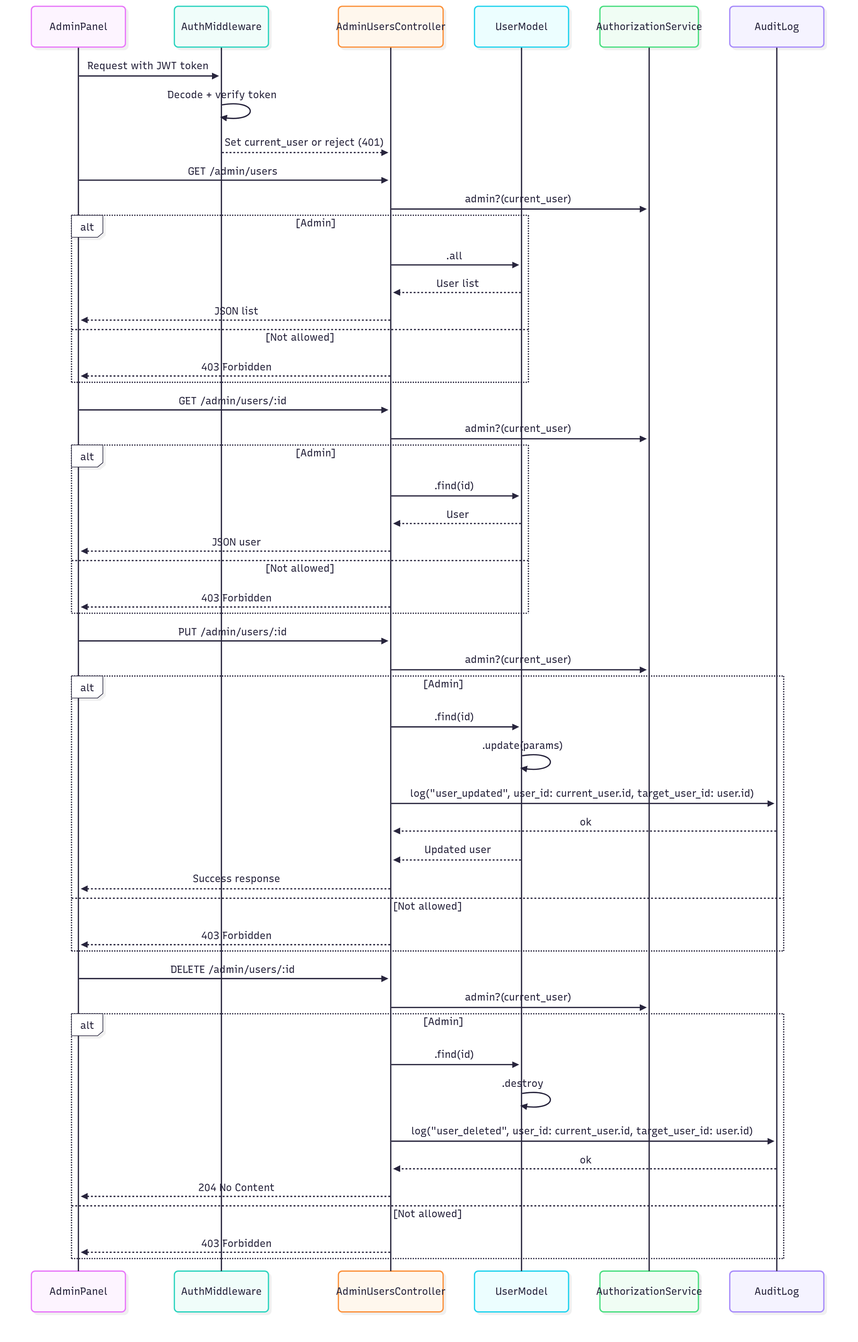
Earlier version of the Mermaid export diagrams/admins/users.png (Video-API-architecture/architecture-proposal). Its source is kept beside it as diagrams/admins/users.mermaid. Its diagram source:
```mermaid
sequenceDiagram
    participant AdminPanel
    participant AuthMiddleware
    participant AdminUsersController
    participant UserModel
    participant AuthorizationService
    participant AuditLog

    AdminPanel->>AuthMiddleware: Request with JWT token
    AuthMiddleware->>AuthMiddleware: Decode + verify token
    AuthMiddleware-->>AdminUsersController: Set current_user or reject (401)

    AdminPanel->>AdminUsersController: GET /admin/users
    AdminUsersController->>AuthorizationService: admin?(current_user)
    alt Admin
        AdminUsersController->>UserModel: .all
        UserModel-->>AdminUsersController: User list
        AdminUsersController-->>AdminPanel: JSON list
    else Not allowed
        AdminUsersController-->>AdminPanel: 403 Forbidden
    end

    AdminPanel->>AdminUsersController: GET /admin/users/:id
    AdminUsersController->>AuthorizationService: admin?(current_user)
    alt Admin
        AdminUsersController->>UserModel: .find(id)
        UserModel-->>AdminUsersController: User
        AdminUsersController-->>AdminPanel: JSON user
    else Not allowed
        AdminUsersController-->>AdminPanel: 403 Forbidden
    end

    AdminPanel->>AdminUsersController: PUT /admin/users/:id
    AdminUsersController->>AuthorizationService: admin?(current_user)
    alt Admin
        AdminUsersController->>UserModel: .find(id)
        UserModel->>UserModel: .update(params)
        AdminUsersController->>AuditLog: log("user_updated", user_id: current_user.id, target_user_id: user.id)
        AuditLog-->>AdminUsersController: ok
        UserModel-->>AdminUsersController: Updated user
        AdminUsersController-->>AdminPanel: Success response
    else Not allowed
        AdminUsersController-->>AdminPanel: 403 Forbidden
    end

    AdminPanel->>AdminUsersController: DELETE /admin/users/:id
    AdminUsersController->>AuthorizationService: admin?(current_user)
    alt Admin
        AdminUsersController->>UserModel: .find(id)
        UserModel->>UserModel: .destroy
        AdminUsersController->>AuditLog: log("user_deleted", user_id: current_user.id, target_user_id: user.id)
        AuditLog-->>AdminUsersController: ok
        AdminUsersController-->>AdminPanel: 204 No Content
    else Not allowed
        AdminUsersController-->>AdminPanel: 403 Forbidden
    end
```
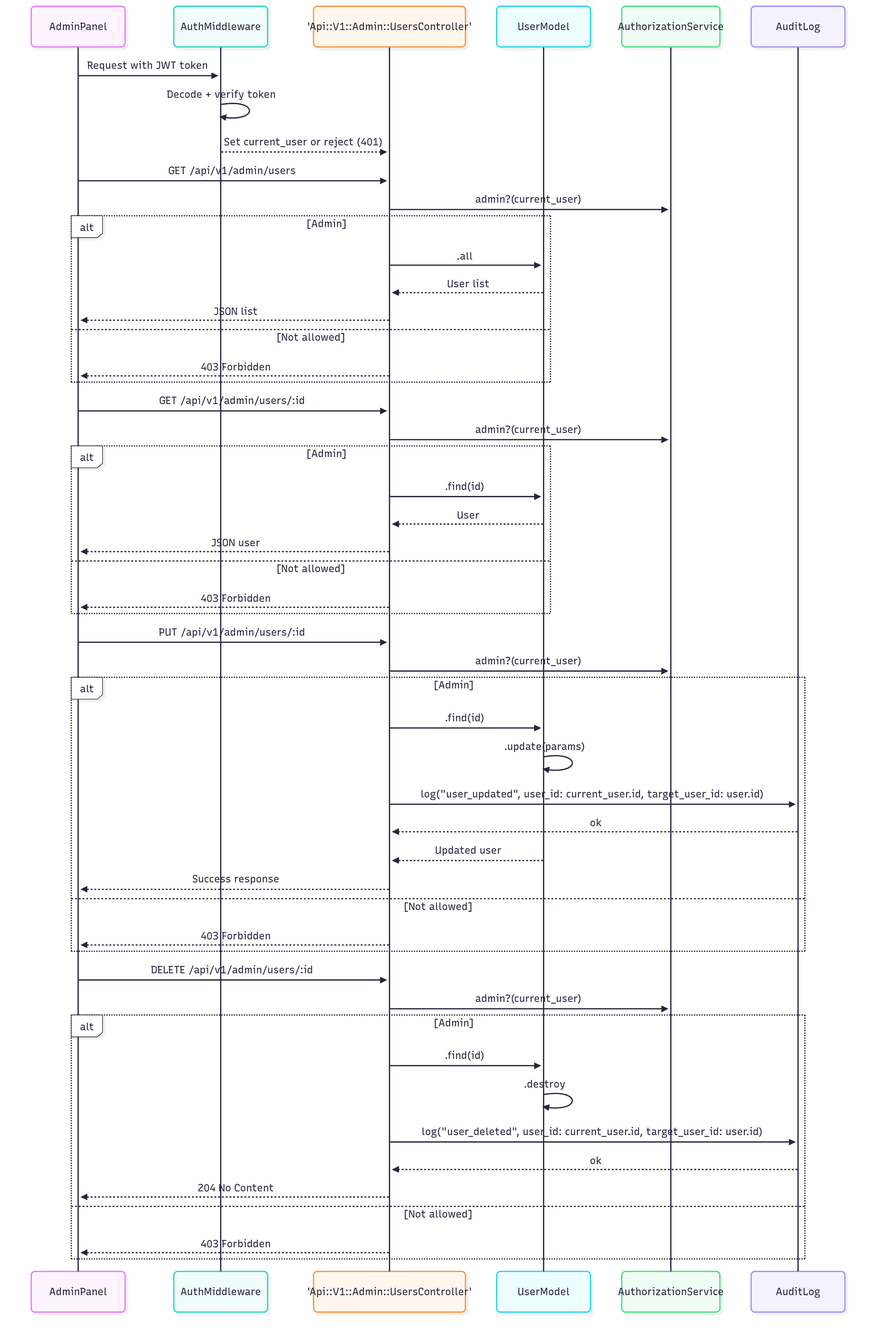
After the commit.

Diff of the diagram source:
```diff
@@ -1,7 +1,7 @@
 sequenceDiagram
     participant AdminPanel
     participant AuthMiddleware
-    participant AdminUsersController
+    participant AdminUsersController as 'Api::V1::Admin::UsersController'
     participant UserModel
     participant AuthorizationService
     participant AuditLog
@@ -10,7 +10,7 @@
     AuthMiddleware->>AuthMiddleware: Decode + verify token
     AuthMiddleware-->>AdminUsersController: Set current_user or reject (401)
 
-    AdminPanel->>AdminUsersController: GET /admin/users
+    AdminPanel->>AdminUsersController: GET /api/v1/admin/users
     AdminUsersController->>AuthorizationService: admin?(current_user)
     alt Admin
         AdminUsersController->>UserModel: .all
@@ -20,7 +20,7 @@
         AdminUsersController-->>AdminPanel: 403 Forbidden
     end
 
-    AdminPanel->>AdminUsersController: GET /admin/users/:id
+    AdminPanel->>AdminUsersController: GET /api/v1/admin/users/:id
     AdminUsersController->>AuthorizationService: admin?(current_user)
     alt Admin
         AdminUsersController->>UserModel: .find(id)
@@ -30,7 +30,7 @@
         AdminUsersController-->>AdminPanel: 403 Forbidden
     end
 
-    AdminPanel->>AdminUsersController: PUT /admin/users/:id
+    AdminPanel->>AdminUsersController: PUT /api/v1/admin/users/:id
     AdminUsersController->>AuthorizationService: admin?(current_user)
     alt Admin
         AdminUsersController->>UserModel: .find(id)
@@ -43,7 +43,7 @@
         AdminUsersController-->>AdminPanel: 403 Forbidden
     end
 
-    AdminPanel->>AdminUsersController: DELETE /admin/users/:id
+    AdminPanel->>AdminUsersController: DELETE /api/v1/admin/users/:id
     AdminUsersController->>AuthorizationService: admin?(current_user)
     alt Admin
         AdminUsersController->>UserModel: .find(id)
```
